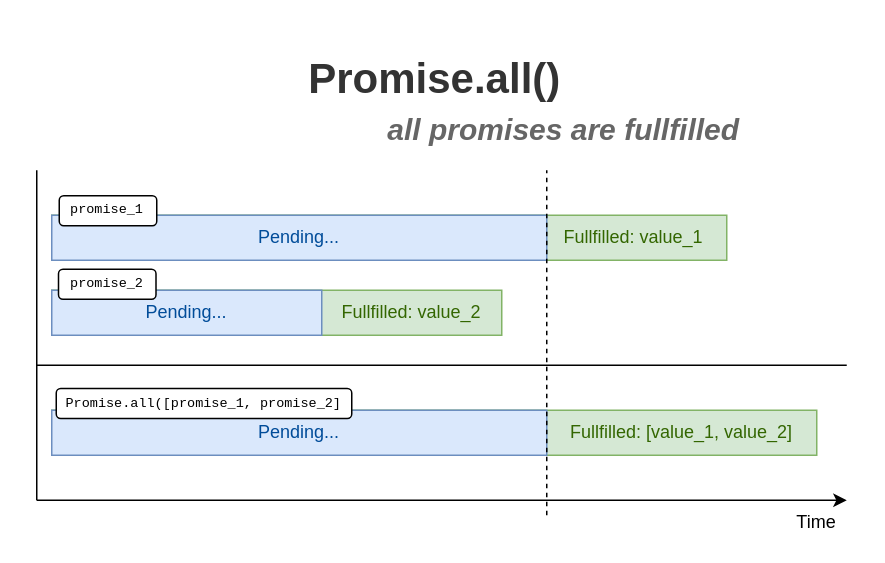
panzerdp/dmitripavlutin.com keeps this draw.io diagram as page "All promises fullfilled" (1 of 2) of content/posts/139-promise-all/diagrams/diagram.drawio. Above is the earlier version. Source tidied: cells renumbered, new cells numbered last; positions are measured from the earlier drawing's top-left corner, leaving out a move shared by most shapes. Both pictures are drawn from the tidied source at 150%, with x=0, y=0 at pixel (36, 26).
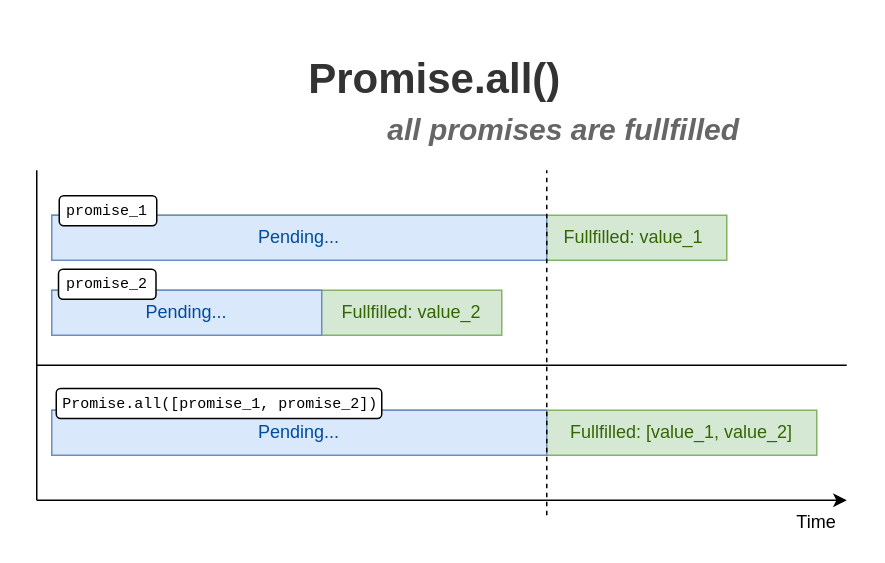
The same page after the edit.

Change to the diagram source:
```diff
@@
-    <mxCell id="21" value="promise_1" style="text;html=1;strokeColor=none;fillColor=none;align=center;verticalAlign=middle;whiteSpace=wrap;rounded=0;fontSize=9;fontFamily=Courier New;" parent="1" vertex="1">
+    <mxCell id="21" value="promise_1" style="text;html=1;strokeColor=none;fillColor=none;align=center;verticalAlign=middle;whiteSpace=wrap;rounded=0;fontSize=10;fontFamily=Courier New;" parent="1" vertex="1">
       <mxGeometry x="21" y="113" width="52" height="20" as="geometry" />
     </mxCell>
     <mxCell id="22" style="rounded=1;whiteSpace=wrap;html=1;labelBackgroundColor=#ffffff;fontFamily=Courier New;fontSize=23;fontColor=#666666;align=left;" parent="1" vertex="1">
-      <mxGeometry x="13" y="241.5" width="197" height="20" as="geometry" />
+      <mxGeometry x="13" y="241.5" width="217" height="20" as="geometry" />
     </mxCell>
-    <mxCell id="23" value="Promise.all([promise_1, promise_2]" style="text;html=1;strokeColor=none;fillColor=none;align=center;verticalAlign=middle;whiteSpace=wrap;rounded=0;fontSize=9;fontFamily=Courier New;" parent="1" vertex="1">
-      <mxGeometry x="17" y="241.5" width="189" height="20" as="geometry" />
+    <mxCell id="23" value="Promise.all([promise_1, promise_2])" style="text;html=1;strokeColor=none;fillColor=none;align=center;verticalAlign=middle;whiteSpace=wrap;rounded=0;fontSize=10;fontFamily=Courier New;" parent="1" vertex="1">
+      <mxGeometry x="15" y="241.5" width="215" height="20" as="geometry" />
     </mxCell>
@@
-    <mxCell id="25" value="promise_2" style="text;html=1;strokeColor=none;fillColor=none;align=center;verticalAlign=middle;whiteSpace=wrap;rounded=0;fontSize=9;fontFamily=Courier New;" parent="1" vertex="1">
+    <mxCell id="25" value="promise_2" style="text;html=1;strokeColor=none;fillColor=none;align=center;verticalAlign=middle;whiteSpace=wrap;rounded=0;fontSize=10;fontFamily=Courier New;" parent="1" vertex="1">
       <mxGeometry x="20.5" y="162" width="52" height="20" as="geometry" />
     </mxCell>
```
